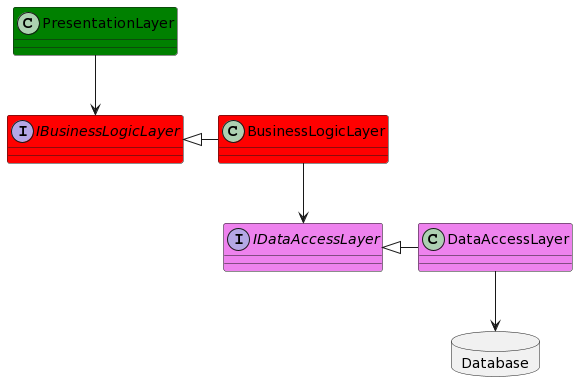
The PlantUML diagram Layered2/Layered2.png in BackendDev-Homebase/Architectures, before a commit.
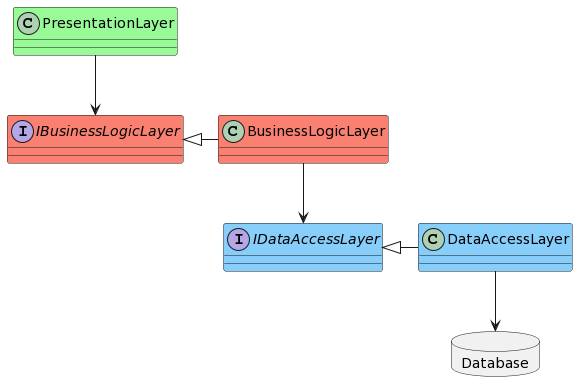
Later version of the same file.

The edit, as a diff of the source:
```diff
@@ -1,14 +1,11 @@
 @startuml
-allowmixing
+Allowmixing
 
-class PresentationLayer #green
-
-interface IBusinessLogicLayer #red
-class BusinessLogicLayer #red
-
-interface IDataAccessLayer #violet
-class DataAccessLayer #violet
-
+class PresentationLayer #PaleGreen
+interface IBusinessLogicLayer #Salmon
+class BusinessLogicLayer #Salmon
+interface IDataAccessLayer #LightSkyBlue
+class DataAccessLayer #LightSkyBlue
 database Database
 
 PresentationLayer -down-> IBusinessLogicLayer
```
